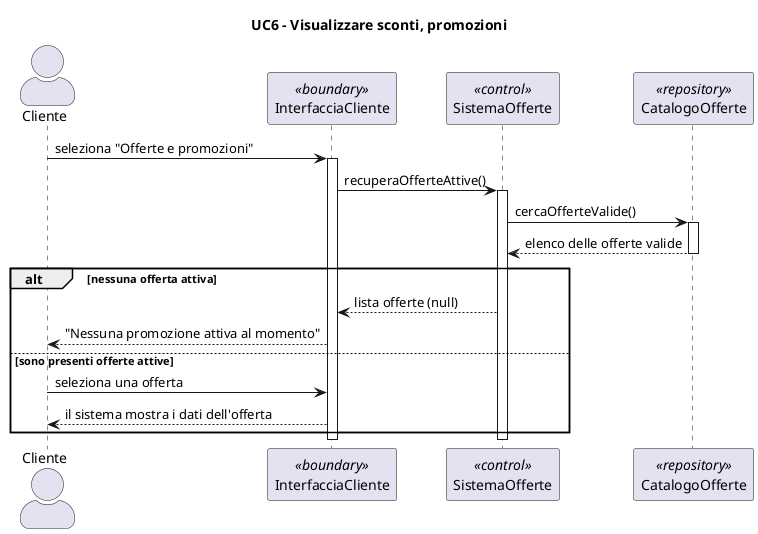
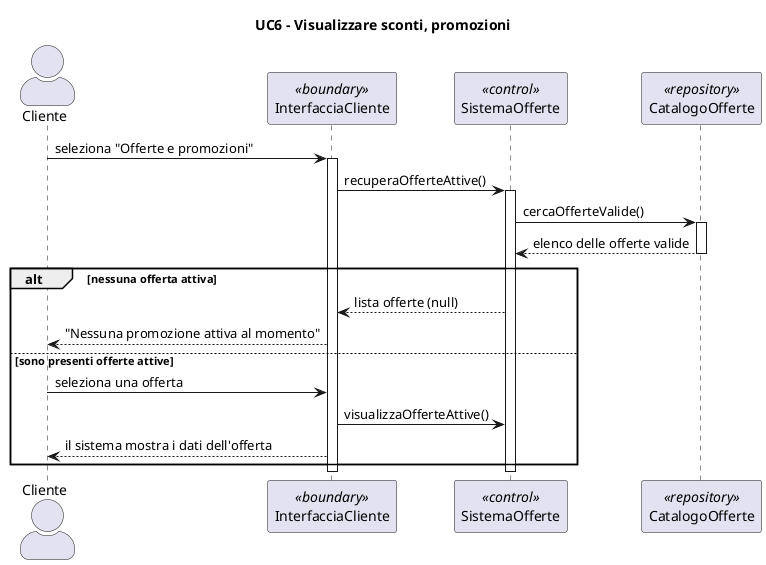
@startuml

skinparam actorStyle awesome
title UC6 - Visualizzare sconti, promozioni

actor Cliente
participant "InterfacciaCliente" as Boundary <<boundary>>
participant "SistemaOfferte" as Control <<control>>
participant "CatalogoOfferte" as Repo <<repository>>

Cliente -> Boundary : seleziona "Offerte e promozioni"
activate Boundary

Boundary -> Control : recuperaOfferteAttive()
activate Control

Control -> Repo : cercaOfferteValide()
activate Repo
Repo --> Control : elenco delle offerte valide
deactivate Repo

alt nessuna offerta attiva

    Control --> Boundary : lista offerte (null)
    Boundary --> Cliente : "Nessuna promozione attiva al momento"
else sono presenti offerte attive
    Cliente -> Boundary : seleziona una offerta
+     Boundary -> Control: visualizzaOfferteAttive()
    Boundary--> Cliente : il sistema mostra i dati dell'offerta
end

deactivate Control
deactivate Boundary

@enduml
